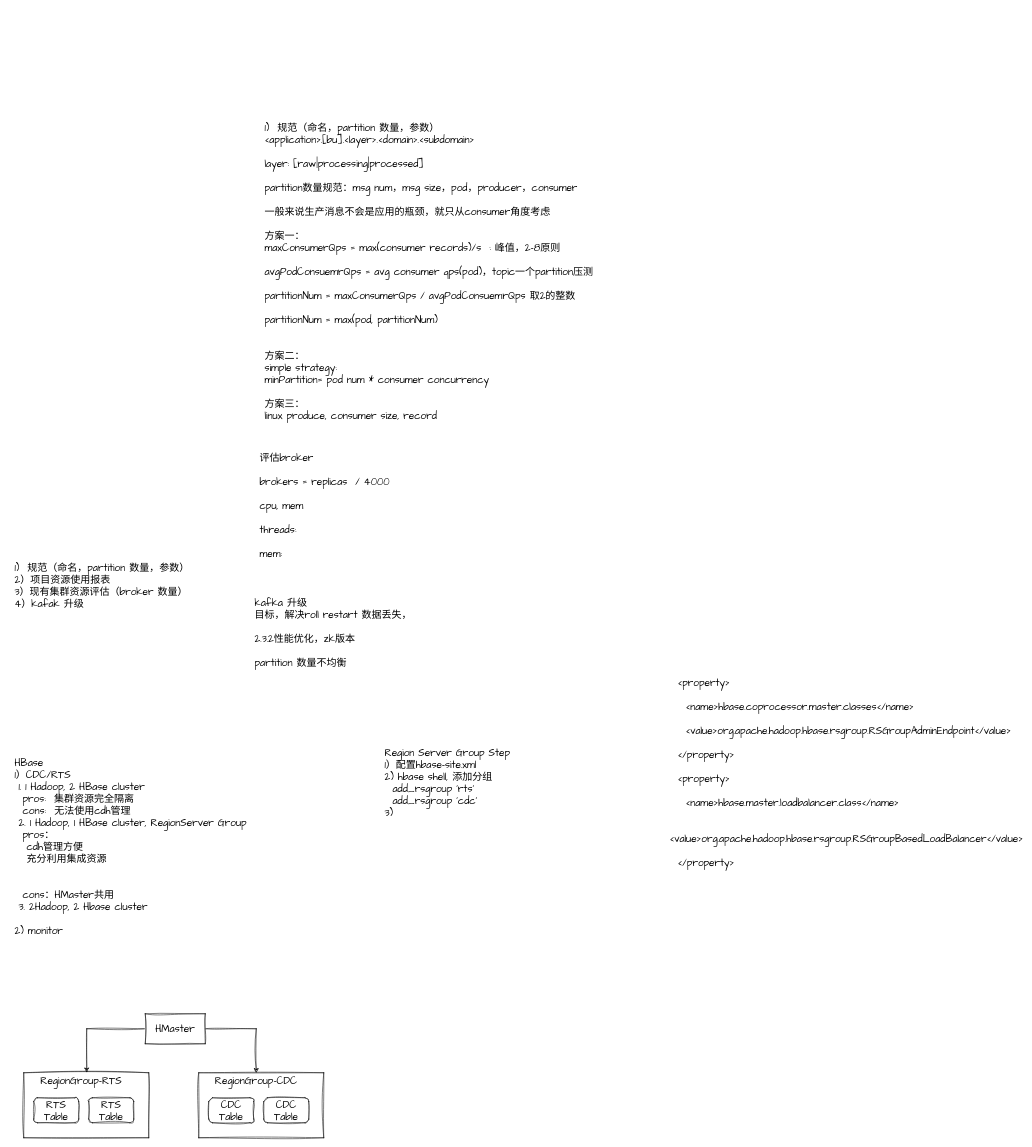
This is kafka.drawio from qiufang1314/drawio, a draw.io file, before an edit. Source tidied: cells renumbered, new cells numbered last; positions are measured from the earlier drawing's top-left corner, leaving out a move shared by most shapes. Both pictures are drawn from the tidied source at 50%, with x=0, y=0 at pixel (14, 118).
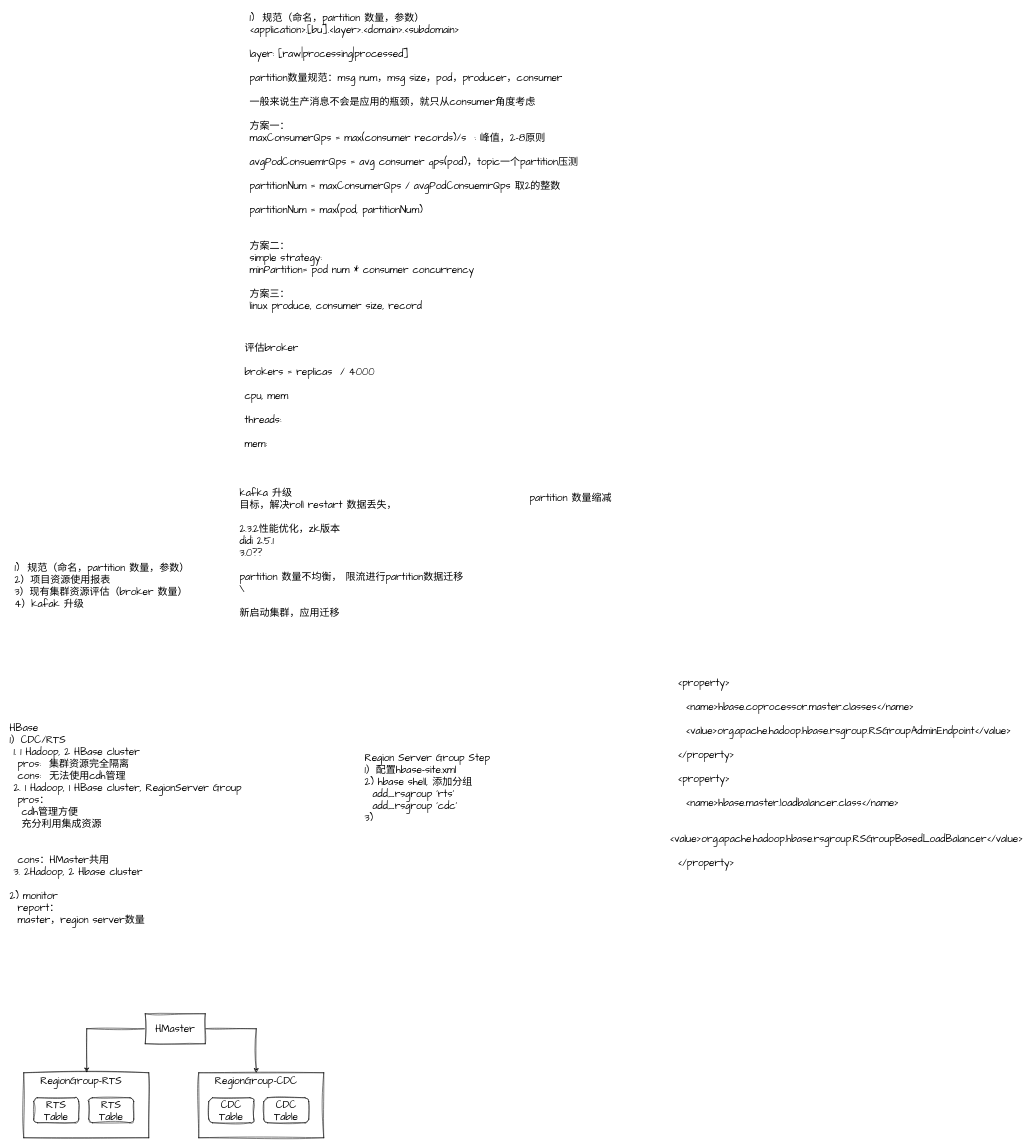
The same page after the edit.

Change to the diagram source:
```diff
@@
-    <mxCell id="3" value="HBase&lt;br&gt;1）CDC/RTS&lt;br&gt;&lt;span style=&quot;white-space: pre;&quot;&gt; 1. 1 Hadoop, 2 HBase cluster&lt;br&gt;&lt;span style=&quot;white-space: pre;&quot;&gt; &lt;span style=&quot;white-space: pre;&quot;&gt; pros:  集群资源完全隔离&lt;br&gt;&lt;/span&gt;&lt;/span&gt;&lt;span style=&quot;white-space: pre;&quot;&gt; &lt;span style=&quot;white-space: pre;&quot;&gt; cons:  无法使用cdh管理&lt;/span&gt;&lt;/span&gt;&lt;br&gt;&lt;/span&gt;&lt;span style=&quot;white-space: pre;&quot;&gt; 2. 1 Hadoop, 1 HBase cluster, RegionServer Group&lt;br&gt;&lt;span style=&quot;white-space: pre;&quot;&gt; &lt;span style=&quot;white-space: pre;&quot;&gt; pros：&lt;br/&gt;&lt;span style=&quot;white-space: pre;&quot;&gt; &lt;span style=&quot;white-space: pre;&quot;&gt; &lt;span style=&quot;white-space: pre;&quot;&gt; &lt;/span&gt;&lt;/span&gt;&lt;/span&gt;cdh管理方便&lt;br/&gt;&lt;span style=&quot;white-space: pre;&quot;&gt; &lt;span style=&quot;white-space: pre;&quot;&gt; &lt;span style=&quot;white-space: pre;&quot;&gt; 充分利用集成资源&lt;br/&gt;&lt;/span&gt;&lt;/span&gt;&lt;/span&gt;&lt;span style=&quot;white-space: pre;&quot;&gt; &lt;span style=&quot;white-space: pre;&quot;&gt; &lt;span style=&quot;white-space: pre;&quot;&gt; &lt;/span&gt;&lt;/span&gt;&lt;/span&gt;&lt;br/&gt;&lt;span style=&quot;white-space: pre;&quot;&gt; &lt;span style=&quot;white-space: pre;&quot;&gt; &lt;span style=&quot;white-space: pre;&quot;&gt; &lt;span style=&quot;white-space: pre;&quot;&gt; &lt;/span&gt;&lt;/span&gt;&lt;/span&gt;&lt;/span&gt;&lt;br&gt;&lt;/span&gt;&lt;/span&gt;&lt;span style=&quot;white-space: pre;&quot;&gt; &lt;span style=&quot;white-space: pre;&quot;&gt; cons：HMaster共用&lt;/span&gt;&lt;/span&gt;&lt;br&gt;&lt;/span&gt;&lt;span style=&quot;white-space: pre;&quot;&gt; 3. 2Hadoop, 2 Hbase cluster&lt;/span&gt;&lt;br&gt;&lt;br&gt;2) monitor" style="text;html=1;strokeColor=none;fillColor=none;align=left;verticalAlign=top;whiteSpace=wrap;rounded=0;fontSize=20;fontFamily=Architects Daughter;" parent="1" vertex="1">
-      <mxGeometry y="1270" width="590" height="320" as="geometry" />
+    <mxCell id="3" value="HBase&lt;br&gt;1）CDC/RTS&lt;br&gt;&lt;span style=&quot;white-space: pre;&quot;&gt; 1. 1 Hadoop, 2 HBase cluster&lt;br&gt;&lt;span style=&quot;white-space: pre;&quot;&gt; &lt;span style=&quot;white-space: pre;&quot;&gt; pros:  集群资源完全隔离&lt;br&gt;&lt;/span&gt;&lt;/span&gt;&lt;span style=&quot;white-space: pre;&quot;&gt; &lt;span style=&quot;white-space: pre;&quot;&gt; cons:  无法使用cdh管理&lt;/span&gt;&lt;/span&gt;&lt;br&gt;&lt;/span&gt;&lt;span style=&quot;white-space: pre;&quot;&gt; 2. 1 Hadoop, 1 HBase cluster, RegionServer Group&lt;br&gt;&lt;span style=&quot;white-space: pre;&quot;&gt; &lt;span style=&quot;white-space: pre;&quot;&gt; pros：&lt;br&gt;&lt;span style=&quot;white-space: pre;&quot;&gt; &lt;span style=&quot;white-space: pre;&quot;&gt; &lt;span style=&quot;white-space: pre;&quot;&gt; &lt;/span&gt;&lt;/span&gt;&lt;/span&gt;cdh管理方便&lt;br&gt;&lt;span style=&quot;white-space: pre;&quot;&gt; &lt;span style=&quot;white-space: pre;&quot;&gt; &lt;span style=&quot;white-space: pre;&quot;&gt; 充分利用集成资源&lt;br&gt;&lt;/span&gt;&lt;/span&gt;&lt;/span&gt;&lt;span style=&quot;white-space: pre;&quot;&gt; &lt;span style=&quot;white-space: pre;&quot;&gt; &lt;span style=&quot;white-space: pre;&quot;&gt; &lt;/span&gt;&lt;/span&gt;&lt;/span&gt;&lt;br&gt;&lt;span style=&quot;white-space: pre;&quot;&gt; &lt;span style=&quot;white-space: pre;&quot;&gt; &lt;span style=&quot;white-space: pre;&quot;&gt; &lt;span style=&quot;white-space: pre;&quot;&gt; &lt;/span&gt;&lt;/span&gt;&lt;/span&gt;&lt;/span&gt;&lt;br&gt;&lt;/span&gt;&lt;/span&gt;&lt;span style=&quot;white-space: pre;&quot;&gt; &lt;span style=&quot;white-space: pre;&quot;&gt; cons：HMaster共用&lt;/span&gt;&lt;/span&gt;&lt;br&gt;&lt;/span&gt;&lt;span style=&quot;white-space: pre;&quot;&gt; 3. 2Hadoop, 2 Hbase cluster&lt;/span&gt;&lt;br&gt;&lt;br&gt;2) monitor&lt;br&gt;&lt;span style=&quot;white-space: pre;&quot;&gt;&amp;nbsp; report：&lt;br/&gt;&amp;nbsp; master，region server数量&lt;/span&gt;" style="text;html=1;strokeColor=none;fillColor=none;align=left;verticalAlign=top;whiteSpace=wrap;rounded=0;fontSize=20;fontFamily=Architects Daughter;" parent="1" vertex="1">
+      <mxGeometry x="-10" y="1200" width="590" height="320" as="geometry" />
     </mxCell>
@@
     <mxCell id="15" value="Region Server Group Step&lt;br&gt;1）配置hbase-site.xml&lt;br&gt;2) hbase shell, 添加分组&lt;br&gt;&lt;span style=&quot;&quot;&gt;&amp;nbsp;   &lt;/span&gt;add_rsgroup 'rts'&lt;br&gt;&lt;span style=&quot;&quot;&gt;&amp;nbsp; &lt;/span&gt;add_rsgroup 'cdc'&lt;br&gt;3)&amp;nbsp;" style="text;html=1;strokeColor=none;fillColor=none;align=left;verticalAlign=top;whiteSpace=wrap;rounded=0;fontSize=20;fontFamily=Architects Daughter;" parent="1" vertex="1">
-      <mxGeometry x="740" y="1250" width="270" height="30" as="geometry" />
+      <mxGeometry x="700" y="1260" width="270" height="30" as="geometry" />
     </mxCell>
@@
     <mxCell id="17" value="1) &amp;nbsp;规范（命名，partition 数量，参数）&lt;br&gt;&amp;lt;application&amp;gt;.[bu].&amp;lt;layer&amp;gt;.&amp;lt;domain&amp;gt;.&amp;lt;subdomain&amp;gt;&lt;br&gt;&lt;br&gt;layer: [raw|processing|processed]&lt;br&gt;&lt;br&gt;partition数量规范：msg num，msg size，pod，producer，consumer&lt;br&gt;&lt;br&gt;一般来说生产消息不会是应用的瓶颈，就只从consumer角度考虑&lt;br&gt;&lt;br&gt;方案一：&lt;br&gt;maxConsumerQps = max(consumer records)/s &amp;nbsp;: 峰值，2-8原则&lt;br&gt;&lt;br&gt;avgPodConsuemrQps = avg consumer qps(pod)，topic一个partition压测&lt;br&gt;&lt;br&gt;partitionNum = maxConsumerQps /&amp;nbsp;avgPodConsuemrQps 取2的整数&lt;br&gt;&lt;br&gt;partitionNum = max(pod,&amp;nbsp;partitionNum)&lt;br&gt;&lt;br&gt;&lt;br&gt;方案二：&lt;br&gt;simple strategy:&lt;br&gt;minPartition= pod num * consumer concurrency&lt;br&gt;&lt;br&gt;方案三：&lt;br&gt;linux produce, consumer size, record&lt;br&gt;&lt;br&gt;&lt;br&gt;" style="text;html=1;strokeColor=none;fillColor=none;align=left;verticalAlign=top;whiteSpace=wrap;rounded=0;fontSize=20;fontFamily=Architects Daughter;" parent="1" vertex="1">
-      <mxGeometry x="500" width="765" height="530" as="geometry" />
+      <mxGeometry x="470" y="-220" width="765" height="530" as="geometry" />
     </mxCell>
     <mxCell id="18" value="评估broker&lt;br&gt;&lt;br&gt;brokers = replicas &amp;nbsp;/ 4000&lt;br&gt;&lt;br&gt;cpu, mem&lt;br&gt;&lt;br&gt;threads:&amp;nbsp;&lt;br&gt;&lt;br&gt;mem:" style="text;html=1;strokeColor=none;fillColor=none;align=left;verticalAlign=top;whiteSpace=wrap;rounded=0;fontSize=20;fontFamily=Architects Daughter;" parent="1" vertex="1">
-      <mxGeometry x="490" y="660" width="500" height="280" as="geometry" />
+      <mxGeometry x="460" y="440" width="500" height="280" as="geometry" />
     </mxCell>
-    <mxCell id="19" value="kafka 升级&lt;br&gt;目标，解决roll restart 数据丢失，&lt;br&gt;&lt;br&gt;2.3.2性能优化，zk版本&lt;br&gt;&lt;br&gt;partition 数量不均衡" style="text;html=1;strokeColor=none;fillColor=none;align=left;verticalAlign=top;whiteSpace=wrap;rounded=0;fontSize=20;fontFamily=Architects Daughter;" parent="1" vertex="1">
-      <mxGeometry x="480" y="950" width="500" height="195" as="geometry" />
+    <mxCell id="19" value="kafka 升级&lt;br&gt;目标，解决roll restart 数据丢失，&lt;br&gt;&lt;br&gt;2.3.2性能优化，zk版本&lt;br&gt;didi 2.5.1&lt;br&gt;3.0??&lt;br&gt;&lt;br&gt;partition 数量不均衡， 限流进行partition数据迁移&lt;br&gt;\&lt;br&gt;&lt;br&gt;新启动集群，应用迁移" style="text;html=1;strokeColor=none;fillColor=none;align=left;verticalAlign=top;whiteSpace=wrap;rounded=0;fontSize=20;fontFamily=Architects Daughter;" parent="1" vertex="1">
+      <mxGeometry x="450" y="730" width="500" height="195" as="geometry" />
     </mxCell>
+    <mxCell id="20" value="partition 数量缩减&lt;br&gt;" style="text;html=1;strokeColor=none;fillColor=none;align=left;verticalAlign=top;whiteSpace=wrap;rounded=0;fontSize=20;fontFamily=Architects Daughter;" parent="1" vertex="1">
+      <mxGeometry x="1030" y="740" width="500" height="195" as="geometry" />
+    </mxCell>
```
